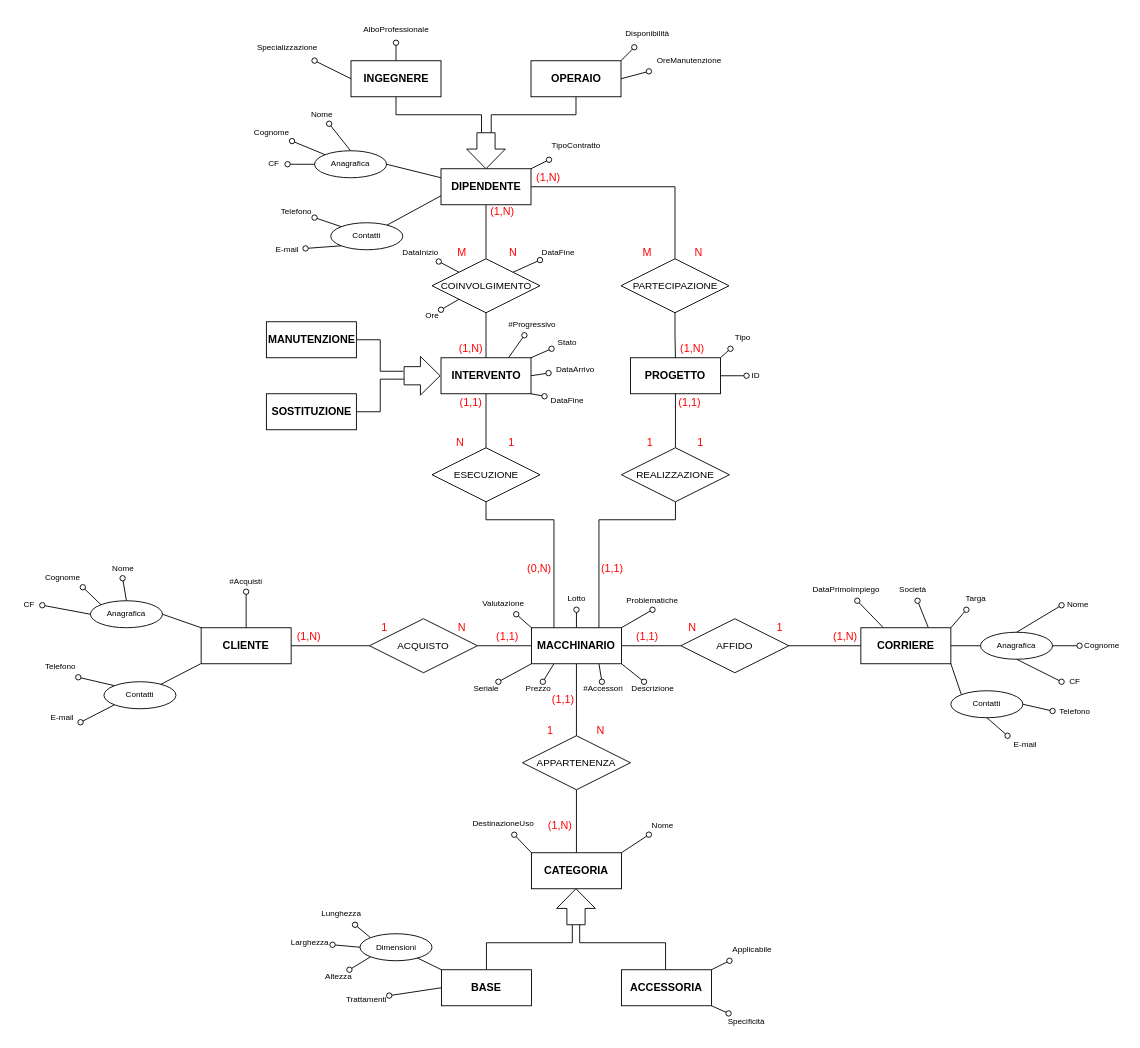
Earlier version of the draw.io diagram SchemaER.drawio (MicheleRabesco/MacchinariEstetici). Source tidied: cells renumbered, new cells numbered last; positions are measured from the earlier drawing's top-left corner, leaving out a move shared by most shapes. Both pictures are drawn from the tidied source at 90%, with x=0, y=0 at pixel (15, 15).
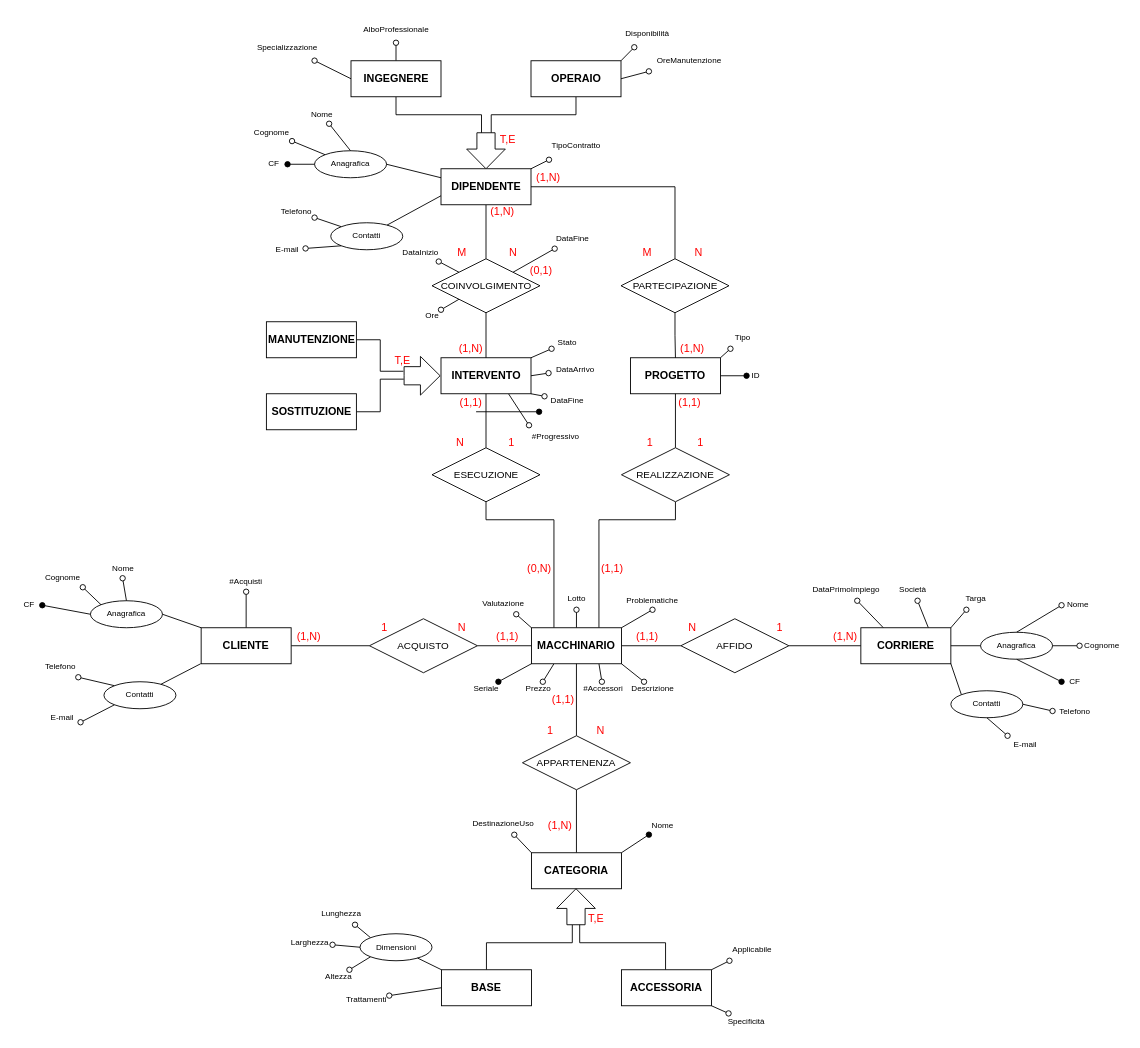
The same page after the edit.

Unchanged cells that the change refers to:
```xml
<mxCell id="15" value="&lt;b&gt;MACCHINARIO&lt;/b&gt;" style="whiteSpace=wrap;html=1;align=center;" parent="1" vertex="1">
  <mxGeometry x="573" y="680" width="100" height="40" as="geometry" />
</mxCell>
<mxCell id="19" value="&lt;b&gt;CATEGORIA&lt;/b&gt;" style="whiteSpace=wrap;html=1;align=center;" parent="1" vertex="1">
  <mxGeometry x="573" y="930" width="100" height="40" as="geometry" />
</mxCell>
<mxCell id="22" value="&lt;b&gt;PROGETTO&lt;/b&gt;" style="whiteSpace=wrap;html=1;align=center;" parent="1" vertex="1">
  <mxGeometry x="683" y="380" width="100" height="40" as="geometry" />
</mxCell>
<mxCell id="41" value="&lt;b&gt;INTERVENTO&lt;/b&gt;" style="whiteSpace=wrap;html=1;align=center;" parent="1" vertex="1">
  <mxGeometry x="472.5" y="380" width="100" height="40" as="geometry" />
</mxCell>
<mxCell id="86" value="Anagrafica" style="ellipse;whiteSpace=wrap;html=1;align=center;fontSize=9;gradientColor=#ffffff;fillColor=none;" parent="1" vertex="1">
  <mxGeometry x="332" y="150" width="80" height="30" as="geometry" />
</mxCell>
<mxCell id="92" value="CF" style="text;html=1;strokeColor=none;fillColor=none;align=center;verticalAlign=middle;whiteSpace=wrap;rounded=0;fontSize=9;" parent="1" vertex="1">
  <mxGeometry x="272" y="155" width="30" height="20" as="geometry" />
</mxCell>
<mxCell id="106" value="ID" style="text;html=1;strokeColor=none;fillColor=none;align=center;verticalAlign=middle;whiteSpace=wrap;rounded=0;fontSize=9;" parent="1" vertex="1">
  <mxGeometry x="812" y="390" width="21" height="20" as="geometry" />
</mxCell>
<mxCell id="108" value="Seriale" style="text;html=1;strokeColor=none;fillColor=none;align=center;verticalAlign=middle;whiteSpace=wrap;rounded=0;fontSize=9;" parent="1" vertex="1">
  <mxGeometry x="497.5" y="740" width="50" height="15" as="geometry" />
</mxCell>
<mxCell id="112" value="Nome" style="text;html=1;strokeColor=none;fillColor=none;align=center;verticalAlign=middle;whiteSpace=wrap;rounded=0;fontSize=9;" parent="1" vertex="1">
  <mxGeometry x="703.5" y="890" width="30" height="20" as="geometry" />
</mxCell>
<mxCell id="130" value="Anagrafica" style="ellipse;whiteSpace=wrap;html=1;align=center;fontSize=9;gradientColor=#ffffff;fillColor=none;fontColor=#000000;" parent="1" vertex="1">
  <mxGeometry x="83" y="650" width="80" height="30" as="geometry" />
</mxCell>
<mxCell id="140" value="Anagrafica" style="ellipse;whiteSpace=wrap;html=1;align=center;fontSize=9;gradientColor=#ffffff;fillColor=none;fontColor=#000000;" parent="1" vertex="1">
  <mxGeometry x="1072" y="685" width="80" height="30" as="geometry" />
</mxCell>
<mxCell id="146" value="CF" style="text;html=1;strokeColor=none;fillColor=none;align=center;verticalAlign=middle;whiteSpace=wrap;rounded=0;fontSize=9;fontColor=#000000;" parent="1" vertex="1">
  <mxGeometry x="-0.5" y="645" width="30" height="20" as="geometry" />
</mxCell>
<mxCell id="149" value="CF" style="text;html=1;strokeColor=none;fillColor=none;align=center;verticalAlign=middle;whiteSpace=wrap;rounded=0;fontSize=9;fontColor=#000000;" parent="1" vertex="1">
  <mxGeometry x="1162" y="730" width="30" height="20" as="geometry" />
</mxCell>
```

What changed in the source:
```diff
@@
-    <mxCell id="10" style="edgeStyle=none;rounded=0;jettySize=auto;html=1;exitX=0;exitY=1;exitDx=0;exitDy=0;fontSize=9;endArrow=oval;endFill=0;" parent="1" edge="1" source="15" target="108">
+    <mxCell id="10" style="edgeStyle=none;rounded=0;jettySize=auto;html=1;exitX=0;exitY=1;exitDx=0;exitDy=0;fontSize=9;endArrow=oval;endFill=1;" parent="1" edge="1" source="15" target="108">
       <mxGeometry relative="1" as="geometry" />
     </mxCell>
@@
-    <mxCell id="17" style="edgeStyle=none;rounded=0;jettySize=auto;html=1;exitX=1;exitY=0;exitDx=0;exitDy=0;fontSize=9;endArrow=oval;endFill=0;" parent="1" edge="1" source="19" target="112">
+    <mxCell id="17" style="edgeStyle=none;rounded=0;jettySize=auto;html=1;exitX=1;exitY=0;exitDx=0;exitDy=0;fontSize=9;endArrow=oval;endFill=1;" parent="1" edge="1" source="19" target="112">
       <mxGeometry relative="1" as="geometry" />
     </mxCell>
@@
-    <mxCell id="21" style="edgeStyle=none;rounded=0;jettySize=auto;html=1;exitX=1;exitY=0.5;exitDx=0;exitDy=0;fontSize=9;endArrow=oval;endFill=0;" parent="1" edge="1" source="22" target="106">
+    <mxCell id="21" style="edgeStyle=none;rounded=0;jettySize=auto;html=1;exitX=1;exitY=0.5;exitDx=0;exitDy=0;fontSize=9;endArrow=oval;endFill=1;" parent="1" edge="1" source="22" target="106">
       <mxGeometry relative="1" as="geometry" />
     </mxCell>
@@
-    <mxCell id="37" style="edgeStyle=none;rounded=0;jettySize=auto;html=1;exitX=0.75;exitY=0;exitDx=0;exitDy=0;fontSize=9;endArrow=oval;endFill=0;" parent="1" edge="1" source="41" target="101">
+    <mxCell id="37" style="edgeStyle=none;rounded=0;jettySize=auto;html=1;exitX=0.75;exitY=1;exitDx=0;exitDy=0;fontSize=9;endArrow=oval;endFill=0;entryX=0;entryY=0;entryDx=0;entryDy=0;" parent="1" edge="1" source="41" target="101">
       <mxGeometry relative="1" as="geometry" />
     </mxCell>
@@
-    <mxCell id="85" style="edgeStyle=none;rounded=0;jettySize=auto;html=1;exitX=0;exitY=0.5;exitDx=0;exitDy=0;fontSize=9;endArrow=oval;endFill=0;" parent="1" edge="1" source="86" target="92">
+    <mxCell id="85" style="edgeStyle=none;rounded=0;jettySize=auto;html=1;exitX=0;exitY=0.5;exitDx=0;exitDy=0;fontSize=9;endArrow=oval;endFill=1;" parent="1" edge="1" source="86" target="92">
       <mxGeometry relative="1" as="geometry" />
     </mxCell>
@@
     <mxCell id="99" value="DataFine" style="text;html=1;strokeColor=none;fillColor=none;align=center;verticalAlign=middle;whiteSpace=wrap;rounded=0;fontSize=9;" parent="1" vertex="1">
-      <mxGeometry x="582.5" y="250" width="40" height="25" as="geometry" />
+      <mxGeometry x="598.8" y="235" width="40" height="25" as="geometry" />
     </mxCell>
@@
     <mxCell id="101" value="#Progressivo" style="text;html=1;strokeColor=none;fillColor=none;align=center;verticalAlign=middle;whiteSpace=wrap;rounded=0;fontSize=9;" parent="1" vertex="1">
-      <mxGeometry x="544" y="330" width="60" height="25" as="geometry" />
+      <mxGeometry x="570.3" y="455" width="60" height="25" as="geometry" />
     </mxCell>
@@
-    <mxCell id="129" style="edgeStyle=none;rounded=0;jettySize=auto;html=1;exitX=0;exitY=0.5;exitDx=0;exitDy=0;fontSize=9;endArrow=oval;endFill=0;fontColor=#000000;entryX=1;entryY=0.5;entryDx=0;entryDy=0;" parent="1" edge="1" source="130" target="146">
+    <mxCell id="129" style="edgeStyle=none;rounded=0;jettySize=auto;html=1;exitX=0;exitY=0.5;exitDx=0;exitDy=0;fontSize=9;endArrow=oval;endFill=1;fontColor=#000000;entryX=1;entryY=0.5;entryDx=0;entryDy=0;" parent="1" edge="1" source="130" target="146">
       <mxGeometry relative="1" as="geometry" />
     </mxCell>
@@
-    <mxCell id="137" style="edgeStyle=none;rounded=0;jettySize=auto;html=1;exitX=0.5;exitY=1;exitDx=0;exitDy=0;fontSize=9;endArrow=oval;endFill=0;fontColor=#000000;entryX=0;entryY=0.5;entryDx=0;entryDy=0;" parent="1" edge="1" source="140" target="149">
+    <mxCell id="137" style="edgeStyle=none;rounded=0;jettySize=auto;html=1;exitX=0.5;exitY=1;exitDx=0;exitDy=0;fontSize=9;endArrow=oval;endFill=1;fontColor=#000000;entryX=0;entryY=0.5;entryDx=0;entryDy=0;" parent="1" edge="1" source="140" target="149">
       <mxGeometry relative="1" as="geometry" />
     </mxCell>
@@
+    <mxCell id="185" value="(0,1)" style="text;html=1;strokeColor=none;fillColor=none;align=center;verticalAlign=middle;whiteSpace=wrap;rounded=0;fontColor=#FF0000;" parent="1" vertex="1">
+      <mxGeometry x="570.3" y="275" width="28.4" height="15" as="geometry" />
+    </mxCell>
+    <mxCell id="186" style="endArrow=oval;html=1;rounded=0;fontSize=11;endFill=1;fontColor=#FF0000;" parent="1" edge="1">
+      <mxGeometry relative="1" as="geometry">
+        <mxPoint x="511.5" y="440" as="sourcePoint" />
+        <mxPoint x="581.5" y="440" as="targetPoint" />
+      </mxGeometry>
+    </mxCell>
+    <mxCell id="187" value="T,E" style="text;html=1;strokeColor=none;fillColor=none;align=center;verticalAlign=middle;whiteSpace=wrap;rounded=0;fontColor=#FF0000;" parent="1" vertex="1">
+      <mxGeometry x="415" y="375" width="30" height="15" as="geometry" />
+    </mxCell>
+    <mxCell id="188" value="T,E" style="text;html=1;strokeColor=none;fillColor=none;align=center;verticalAlign=middle;whiteSpace=wrap;rounded=0;fontColor=#FF0000;" parent="1" vertex="1">
+      <mxGeometry x="532" y="130" width="30" height="15" as="geometry" />
+    </mxCell>
+    <mxCell id="189" value="T,E" style="text;html=1;strokeColor=none;fillColor=none;align=center;verticalAlign=middle;whiteSpace=wrap;rounded=0;fontColor=#FF0000;" parent="1" vertex="1">
+      <mxGeometry x="630.3" y="995" width="30" height="15" as="geometry" />
+    </mxCell>
```
